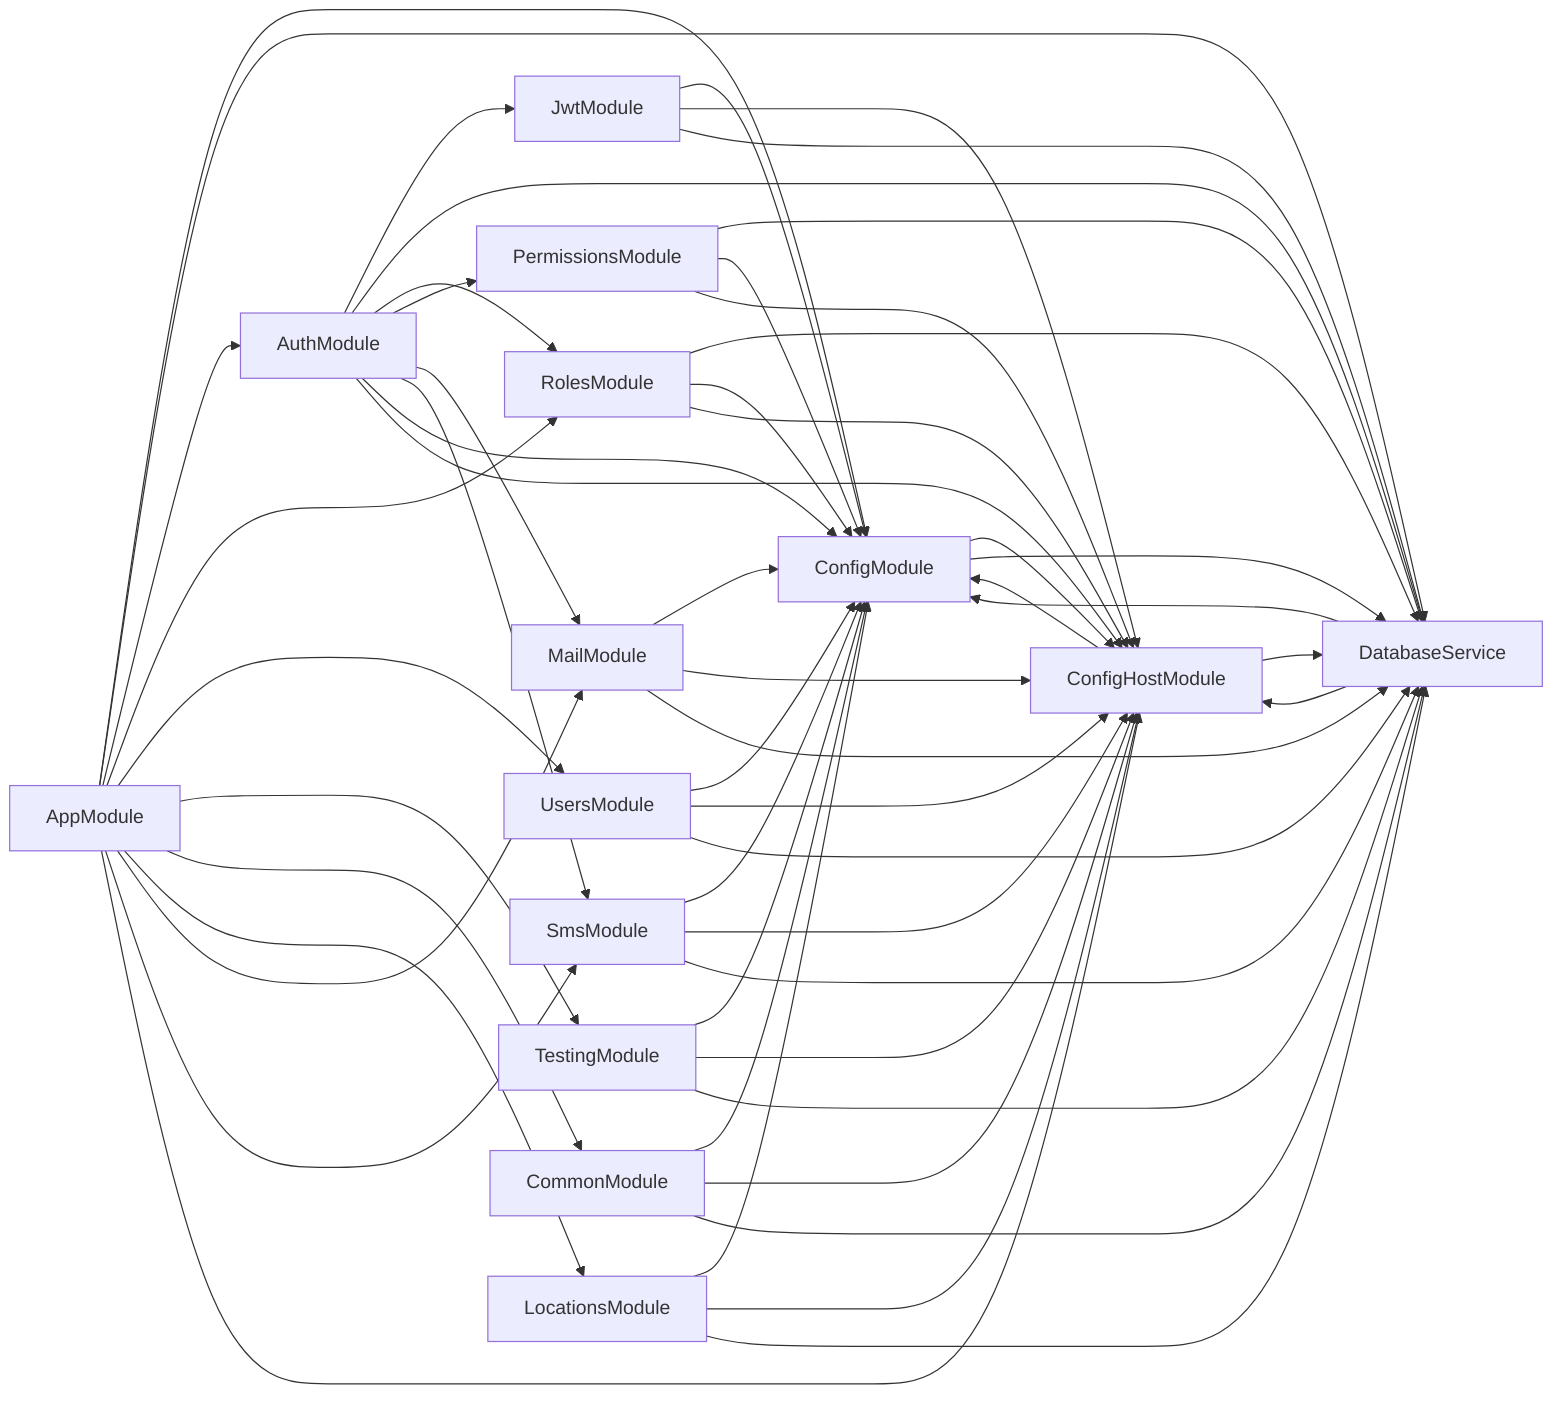
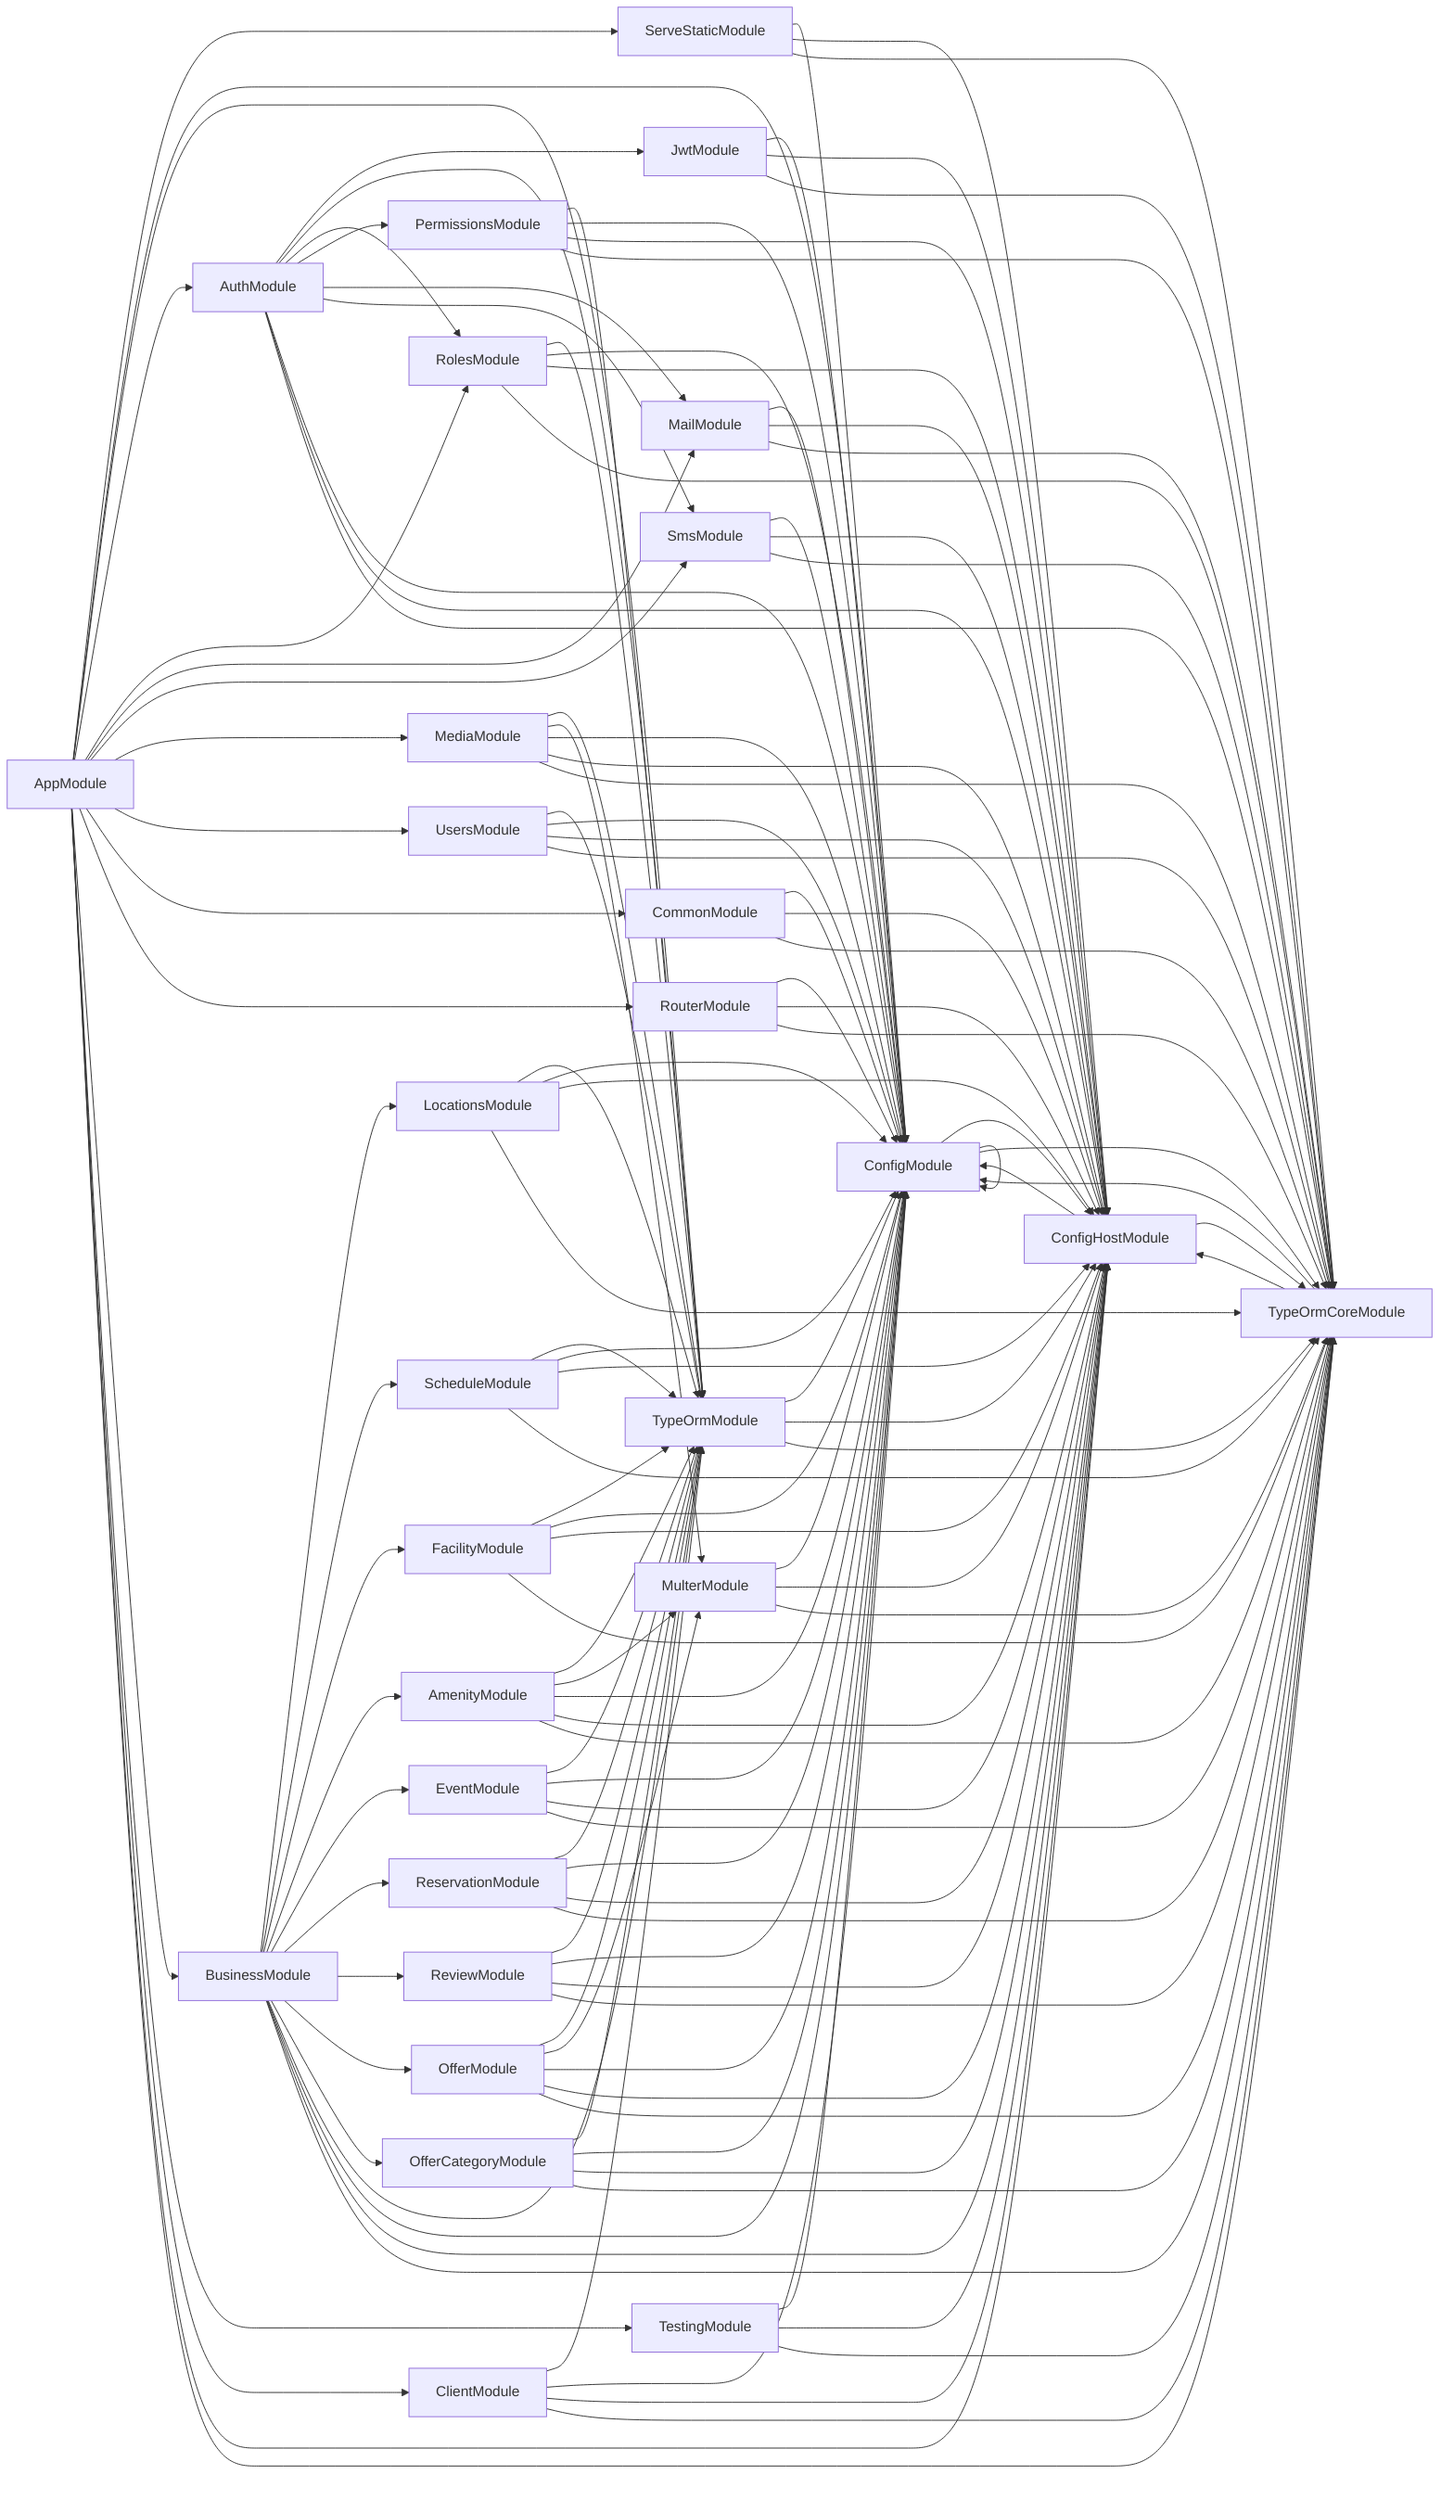
graph LR
-   AppModule --> ConfigModule
+   AppModule --> ServeStaticModule
+   ServeStaticModule --> ConfigModule
  ConfigModule --> ConfigHostModule
  ConfigHostModule --> ConfigModule
-   ConfigHostModule --> DatabaseService
-   DatabaseService --> ConfigModule
-   DatabaseService --> ConfigHostModule
-   ConfigModule --> DatabaseService
-   AppModule --> DatabaseService
+   ConfigHostModule --> TypeOrmCoreModule
+   TypeOrmCoreModule --> ConfigModule
+   TypeOrmCoreModule --> ConfigHostModule
+   ConfigModule --> ConfigModule
+   ConfigModule --> TypeOrmCoreModule
+   ServeStaticModule --> ConfigHostModule
+   ServeStaticModule --> TypeOrmCoreModule
+   AppModule --> ConfigModule
+   AppModule --> TypeOrmModule
+   TypeOrmModule --> ConfigModule
+   TypeOrmModule --> ConfigHostModule
+   TypeOrmModule --> TypeOrmCoreModule
  AppModule --> AuthModule
  AuthModule --> JwtModule
  JwtModule --> ConfigModule
  JwtModule --> ConfigHostModule
-   JwtModule --> DatabaseService
-   AuthModule --> DatabaseService
+   JwtModule --> TypeOrmCoreModule
+   AuthModule --> TypeOrmModule
  AuthModule --> RolesModule
-   RolesModule --> DatabaseService
+   RolesModule --> TypeOrmModule
  RolesModule --> ConfigModule
  RolesModule --> ConfigHostModule
+   RolesModule --> TypeOrmCoreModule
  AuthModule --> PermissionsModule
-   PermissionsModule --> DatabaseService
+   PermissionsModule --> TypeOrmModule
  PermissionsModule --> ConfigModule
  PermissionsModule --> ConfigHostModule
+   PermissionsModule --> TypeOrmCoreModule
  AuthModule --> MailModule
  MailModule --> ConfigModule
  MailModule --> ConfigHostModule
-   MailModule --> DatabaseService
+   MailModule --> TypeOrmCoreModule
  AuthModule --> SmsModule
  SmsModule --> ConfigModule
  SmsModule --> ConfigHostModule
-   SmsModule --> DatabaseService
+   SmsModule --> TypeOrmCoreModule
  AuthModule --> ConfigModule
  AuthModule --> ConfigHostModule
+   AuthModule --> TypeOrmCoreModule
  AppModule --> RolesModule
+   AppModule --> MailModule
+   AppModule --> SmsModule
+   AppModule --> MediaModule
+   MediaModule --> TypeOrmModule
+   MediaModule --> MulterModule
+   MulterModule --> ConfigModule
+   MulterModule --> ConfigHostModule
+   MulterModule --> TypeOrmCoreModule
+   MediaModule --> ConfigModule
+   MediaModule --> ConfigHostModule
+   MediaModule --> TypeOrmCoreModule
  AppModule --> UsersModule
+   UsersModule --> TypeOrmModule
  UsersModule --> ConfigModule
  UsersModule --> ConfigHostModule
-   UsersModule --> DatabaseService
+   UsersModule --> TypeOrmCoreModule
+   AppModule --> CommonModule
+   CommonModule --> ConfigModule
+   CommonModule --> ConfigHostModule
+   CommonModule --> TypeOrmCoreModule
+   AppModule --> RouterModule
+   RouterModule --> ConfigModule
+   RouterModule --> ConfigHostModule
+   RouterModule --> TypeOrmCoreModule
+   AppModule --> BusinessModule
+   BusinessModule --> LocationsModule
+   LocationsModule --> TypeOrmModule
+   LocationsModule --> ConfigModule
+   LocationsModule --> ConfigHostModule
+   LocationsModule --> TypeOrmCoreModule
+   BusinessModule --> ScheduleModule
+   ScheduleModule --> TypeOrmModule
+   ScheduleModule --> ConfigModule
+   ScheduleModule --> ConfigHostModule
+   ScheduleModule --> TypeOrmCoreModule
+   BusinessModule --> FacilityModule
+   FacilityModule --> TypeOrmModule
+   FacilityModule --> ConfigModule
+   FacilityModule --> ConfigHostModule
+   FacilityModule --> TypeOrmCoreModule
+   BusinessModule --> AmenityModule
+   AmenityModule --> TypeOrmModule
+   AmenityModule --> MulterModule
+   AmenityModule --> ConfigModule
+   AmenityModule --> ConfigHostModule
+   AmenityModule --> TypeOrmCoreModule
+   BusinessModule --> EventModule
+   EventModule --> TypeOrmModule
+   EventModule --> ConfigModule
+   EventModule --> ConfigHostModule
+   EventModule --> TypeOrmCoreModule
+   BusinessModule --> ReservationModule
+   ReservationModule --> TypeOrmModule
+   ReservationModule --> ConfigModule
+   ReservationModule --> ConfigHostModule
+   ReservationModule --> TypeOrmCoreModule
+   BusinessModule --> ReviewModule
+   ReviewModule --> TypeOrmModule
+   ReviewModule --> ConfigModule
+   ReviewModule --> ConfigHostModule
+   ReviewModule --> TypeOrmCoreModule
+   BusinessModule --> OfferModule
+   OfferModule --> TypeOrmModule
+   OfferModule --> MulterModule
+   OfferModule --> ConfigModule
+   OfferModule --> ConfigHostModule
+   OfferModule --> TypeOrmCoreModule
+   BusinessModule --> OfferCategoryModule
+   OfferCategoryModule --> TypeOrmModule
+   OfferCategoryModule --> ConfigModule
+   OfferCategoryModule --> ConfigHostModule
+   OfferCategoryModule --> TypeOrmCoreModule
+   BusinessModule --> TypeOrmModule
+   BusinessModule --> ConfigModule
+   BusinessModule --> ConfigHostModule
+   BusinessModule --> TypeOrmCoreModule
  AppModule --> TestingModule
  TestingModule --> ConfigModule
  TestingModule --> ConfigHostModule
-   TestingModule --> DatabaseService
-   AppModule --> CommonModule
-   CommonModule --> ConfigModule
-   CommonModule --> ConfigHostModule
-   CommonModule --> DatabaseService
-   AppModule --> LocationsModule
-   LocationsModule --> ConfigModule
-   LocationsModule --> ConfigHostModule
-   LocationsModule --> DatabaseService
-   AppModule --> MailModule
-   AppModule --> SmsModule
+   TestingModule --> TypeOrmCoreModule
+   AppModule --> ClientModule
+   ClientModule --> TypeOrmModule
+   ClientModule --> ConfigModule
+   ClientModule --> ConfigHostModule
+   ClientModule --> TypeOrmCoreModule
  AppModule --> ConfigHostModule
+   AppModule --> TypeOrmCoreModule
